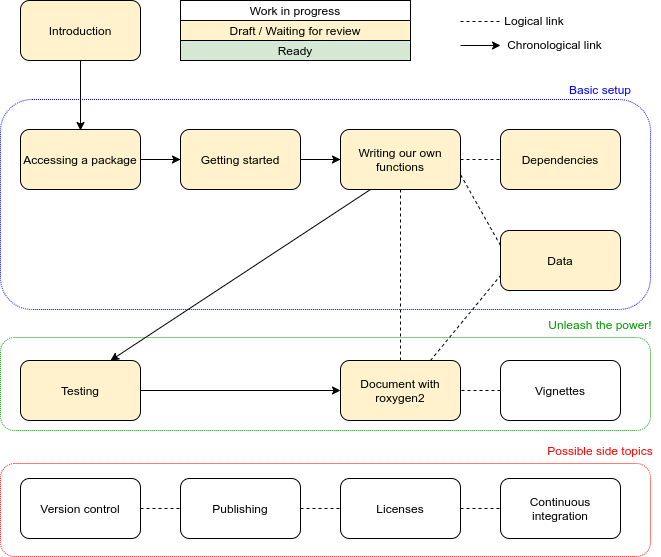
Above: fig/progress.png in carpentries-incubator/lesson-R-packaging (draw.io), before the change. Source tidied: cells renumbered, new cells last; positions are measured from the earlier drawing's top-left corner, leaving out a move shared by most shapes.
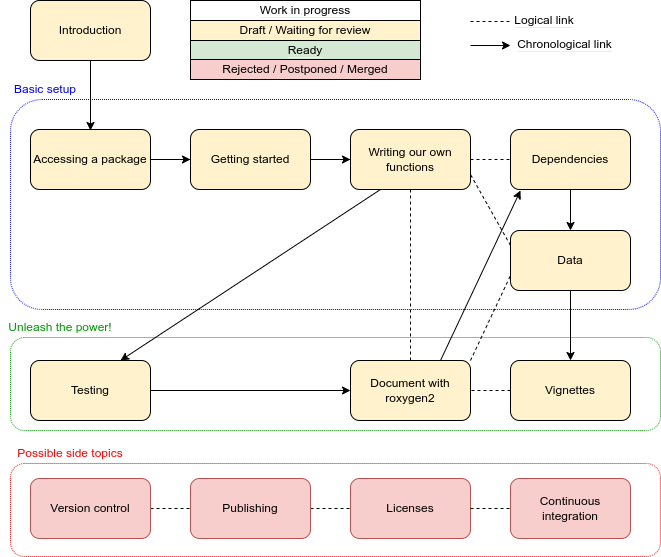
After the commit.

Change to the diagram source:
```diff
@@ -2,6 +2,9 @@
   <root>
     <mxCell id="0" />
     <mxCell id="1" parent="0" />
+    <mxCell id="42" style="rounded=1;whiteSpace=wrap;html=1;dashed=1;fillColor=none;dashPattern=1 1;strokeColor=#FF0000;" parent="1" vertex="1">
+      <mxGeometry y="463" width="650" height="93" as="geometry" />
+    </mxCell>
     <mxCell id="2" style="rounded=1;whiteSpace=wrap;html=1;dashed=1;fillColor=none;strokeColor=#009900;dashPattern=1 1;" parent="1" vertex="1">
       <mxGeometry y="337" width="650" height="93" as="geometry" />
     </mxCell>
@@ -29,10 +32,10 @@
       <mxGeometry relative="1" as="geometry" />
     </mxCell>
     <mxCell id="9" value="Basic setup" style="text;html=1;strokeColor=none;fillColor=none;align=center;verticalAlign=middle;whiteSpace=wrap;rounded=0;dashed=1;fontColor=#0000FF;" parent="1" vertex="1">
-      <mxGeometry x="565" y="79" width="70" height="20" as="geometry" />
+      <mxGeometry y="79" width="70" height="20" as="geometry" />
     </mxCell>
     <mxCell id="10" value="Unleash the power!" style="text;html=1;fillColor=none;align=center;verticalAlign=middle;whiteSpace=wrap;rounded=0;dashed=1;fontColor=#009900;" parent="1" vertex="1">
-      <mxGeometry x="540" y="314" width="120" height="20" as="geometry" />
+      <mxGeometry x="-10" y="317" width="120" height="20" as="geometry" />
     </mxCell>
     <mxCell id="11" style="endArrow=none;html=1;fontColor=#0000FF;entryX=1;entryY=0.5;entryDx=0;entryDy=0;exitX=0;exitY=0.5;exitDx=0;exitDy=0;dashed=1;" parent="1" edge="1" source="26" target="23">
       <mxGeometry relative="1" as="geometry" />
@@ -40,7 +43,7 @@
     <mxCell id="12" style="endArrow=none;html=1;entryX=1;entryY=0.75;entryDx=0;entryDy=0;exitX=0;exitY=0.25;exitDx=0;exitDy=0;dashed=1;" parent="1" edge="1" source="24" target="21">
       <mxGeometry relative="1" as="geometry" />
     </mxCell>
-    <mxCell id="13" style="endArrow=none;html=1;entryX=0;entryY=0.75;entryDx=0;entryDy=0;exitX=0.75;exitY=0;exitDx=0;exitDy=0;dashed=1;" parent="1" edge="1" source="23" target="24">
+    <mxCell id="13" style="endArrow=none;html=1;entryX=0;entryY=0.75;entryDx=0;entryDy=0;exitX=1;exitY=0;exitDx=0;exitDy=0;dashed=1;" parent="1" edge="1" source="23" target="24">
       <mxGeometry relative="1" as="geometry" />
     </mxCell>
     <mxCell id="14" style="endArrow=none;html=1;exitX=0.5;exitY=1;exitDx=0;exitDy=0;entryX=0.5;entryY=0;entryDx=0;entryDy=0;" parent="1" edge="1" source="16" target="18">
@@ -81,19 +84,19 @@
     <mxCell id="25" value="Testing" style="rounded=1;whiteSpace=wrap;html=1;comic=0;fillColor=#fff2cc;" parent="1" vertex="1">
       <mxGeometry x="20" y="360" width="120" height="60" as="geometry" />
     </mxCell>
-    <mxCell id="26" value="Vignettes" style="rounded=1;whiteSpace=wrap;html=1;comic=0;" parent="1" vertex="1">
+    <mxCell id="26" value="Vignettes" style="rounded=1;whiteSpace=wrap;html=1;comic=0;fillColor=#fff2cc;strokeColor=#000000;" parent="1" vertex="1">
       <mxGeometry x="500" y="360" width="120" height="60" as="geometry" />
     </mxCell>
-    <mxCell id="27" value="Version control" style="rounded=1;whiteSpace=wrap;html=1;comic=0;" parent="1" vertex="1">
+    <mxCell id="27" value="Version control" style="rounded=1;whiteSpace=wrap;html=1;comic=0;fillColor=#f8cecc;strokeColor=#b85450;" parent="1" vertex="1">
       <mxGeometry x="20" y="478" width="120" height="60" as="geometry" />
     </mxCell>
-    <mxCell id="28" value="Publishing" style="rounded=1;whiteSpace=wrap;html=1;comic=0;" parent="1" vertex="1">
+    <mxCell id="28" value="Publishing" style="rounded=1;whiteSpace=wrap;html=1;comic=0;fillColor=#f8cecc;strokeColor=#b85450;" parent="1" vertex="1">
       <mxGeometry x="180" y="478" width="120" height="60" as="geometry" />
     </mxCell>
-    <mxCell id="29" value="Licenses" style="rounded=1;whiteSpace=wrap;html=1;comic=0;" parent="1" vertex="1">
+    <mxCell id="29" value="Licenses" style="rounded=1;whiteSpace=wrap;html=1;comic=0;fillColor=#f8cecc;strokeColor=#b85450;" parent="1" vertex="1">
       <mxGeometry x="340" y="478" width="120" height="60" as="geometry" />
     </mxCell>
-    <mxCell id="30" value="Continuous integration" style="rounded=1;whiteSpace=wrap;html=1;comic=0;" parent="1" vertex="1">
+    <mxCell id="30" value="Continuous integration" style="rounded=1;whiteSpace=wrap;html=1;comic=0;fillColor=#f8cecc;strokeColor=#b85450;" parent="1" vertex="1">
       <mxGeometry x="500" y="478" width="120" height="60" as="geometry" />
     </mxCell>
     <mxCell id="31" style="endArrow=none;html=1;exitX=1;exitY=0.5;exitDx=0;exitDy=0;entryX=0;entryY=0.5;entryDx=0;entryDy=0;dashed=1;" parent="1" edge="1" source="29" target="30">
@@ -135,11 +138,22 @@
         <mxPoint x="500" y="45" as="targetPoint" />
       </mxGeometry>
     </mxCell>
-    <mxCell id="42" style="rounded=1;whiteSpace=wrap;html=1;dashed=1;fillColor=none;dashPattern=1 1;strokeColor=#FF0000;" parent="1" vertex="1">
-      <mxGeometry y="463" width="650" height="93" as="geometry" />
-    </mxCell>
     <mxCell id="43" value="&lt;font color=&quot;#ff0000&quot;&gt;Possible side topics&lt;/font&gt;" style="text;html=1;fillColor=none;align=center;verticalAlign=middle;whiteSpace=wrap;rounded=0;dashed=1;fontColor=#009900;" parent="1" vertex="1">
-      <mxGeometry x="540" y="440" width="120" height="20" as="geometry" />
+      <mxGeometry y="443" width="120" height="20" as="geometry" />
     </mxCell>
+    <mxCell id="44" value="&lt;span style=&quot;&quot;&gt;Rejected / Postponed / Merged&lt;/span&gt;" style="text;html=1;fillColor=#f8cecc;align=center;verticalAlign=middle;whiteSpace=wrap;rounded=0;labelBackgroundColor=none;comic=0;strokeColor=#000000;" parent="1" vertex="1">
+      <mxGeometry x="180" y="59" width="230" height="20" as="geometry" />
+    </mxCell>
+    <mxCell id="45" style="endArrow=classic;html=1;exitX=0.75;exitY=0;exitDx=0;exitDy=0;" parent="1" edge="1" source="23">
+      <mxGeometry relative="1" as="geometry">
+        <mxPoint x="510" y="190" as="targetPoint" />
+      </mxGeometry>
+    </mxCell>
+    <mxCell id="46" style="endArrow=classic;html=1;exitX=0.5;exitY=1;exitDx=0;exitDy=0;entryX=0.5;entryY=0;entryDx=0;entryDy=0;" parent="1" edge="1" source="22" target="24">
+      <mxGeometry relative="1" as="geometry" />
+    </mxCell>
+    <mxCell id="47" style="endArrow=classic;html=1;exitX=0.5;exitY=1;exitDx=0;exitDy=0;entryX=0.5;entryY=0;entryDx=0;entryDy=0;" parent="1" edge="1" source="24" target="26">
+      <mxGeometry relative="1" as="geometry" />
+    </mxCell>
   </root>
 </mxGraphModel>
```
